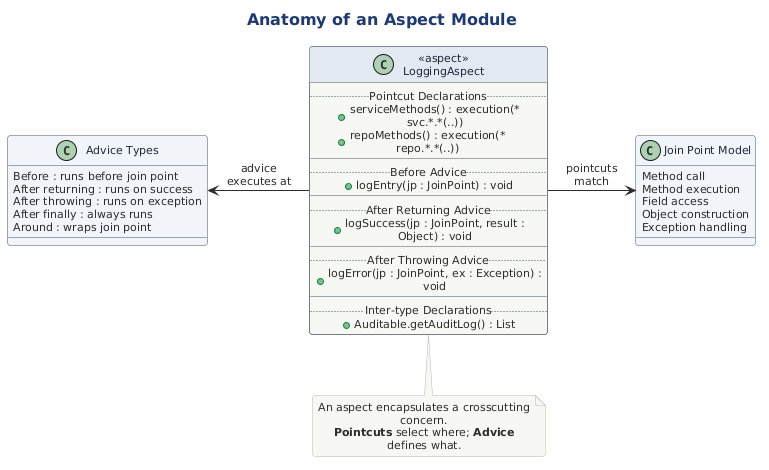
The PlantUML diagram src/architecture/views-and-beyond/style-catalogs/module/aspects-style/png/anatomy-of-an-aspect-module.png in Notoriousjayy/latex-docs, before a commit. Source of this version:
```plantuml
@startuml

skinparam classBackgroundColor #FFFFFF
!include ../../../../../../tooling/styles/plantuml/structural/component-diagram-style.iuml

skinparam classBorderColor #475569
skinparam classFontColor #1E293B
skinparam classHeaderBackgroundColor #E2E8F0

title Anatomy of an Aspect Module

class "<<aspect>>\nLoggingAspect" as aspect {
  .. Pointcut Declarations ..
  + serviceMethods() : execution(* svc.*.*(..))
  + repoMethods() : execution(* repo.*.*(..))
  __
  .. Before Advice ..
  + logEntry(jp : JoinPoint) : void
  __
  .. After Returning Advice ..
  + logSuccess(jp : JoinPoint, result : Object) : void
  __
  .. After Throwing Advice ..
  + logError(jp : JoinPoint, ex : Exception) : void
  __
  .. Inter-type Declarations ..
  + Auditable.getAuditLog() : List
}

class "Join Point Model" as jpm #F0F4F8 {
  Method call
  Method execution
  Field access
  Object construction
  Exception handling
}

class "Advice Types" as adv #F0F4F8 {
  Before : runs before join point
  After returning : runs on success
  After throwing : runs on exception
  After finally : always runs
  Around : wraps join point
}

aspect -right-> jpm : pointcuts\nmatch
aspect -left-> adv : advice\nexecutes at

note bottom of aspect
  An aspect encapsulates a crosscutting concern.
  **Pointcuts** select where; **Advice** defines what.
end note

@enduml
```
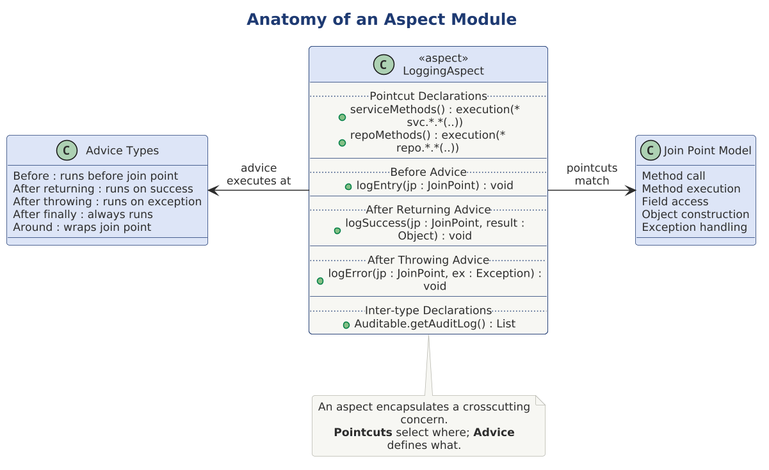
Above is the later version.

What changed in the source:
```diff
@@ -1,11 +1,11 @@
 @startuml
 
-skinparam classBackgroundColor #FFFFFF
+skinparam dpi 150
+
+
+
+
 !include ../../../../../../tooling/styles/plantuml/structural/component-diagram-style.iuml
-
-skinparam classBorderColor #475569
-skinparam classFontColor #1E293B
-skinparam classHeaderBackgroundColor #E2E8F0
 
 title Anatomy of an Aspect Module
 
@@ -27,7 +27,7 @@
   + Auditable.getAuditLog() : List
 }
 
-class "Join Point Model" as jpm #F0F4F8 {
+class "Join Point Model" as jpm $fill_primary {
   Method call
   Method execution
   Field access
@@ -35,7 +35,7 @@
   Exception handling
 }
 
-class "Advice Types" as adv #F0F4F8 {
+class "Advice Types" as adv $fill_primary {
   Before : runs before join point
   After returning : runs on success
   After throwing : runs on exception
```
